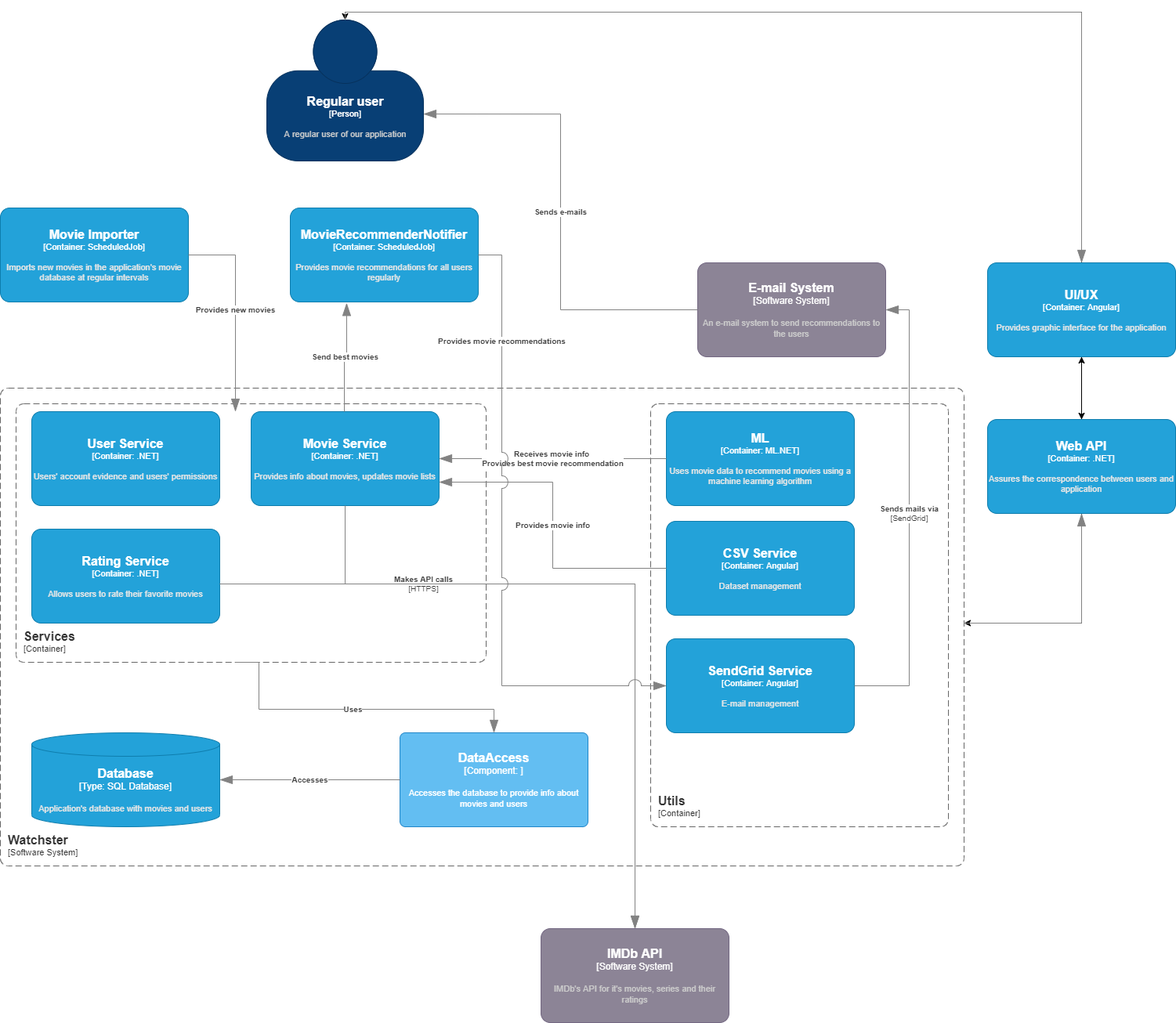
Earlier version of the draw.io export Container Diagram.png (GheoghitaRazvanDaniel/WatchsterAppC4Diagrams). Source tidied: cells renumbered, new cells last; positions are measured from the earlier drawing's top-left corner, leaving out a move shared by most shapes.
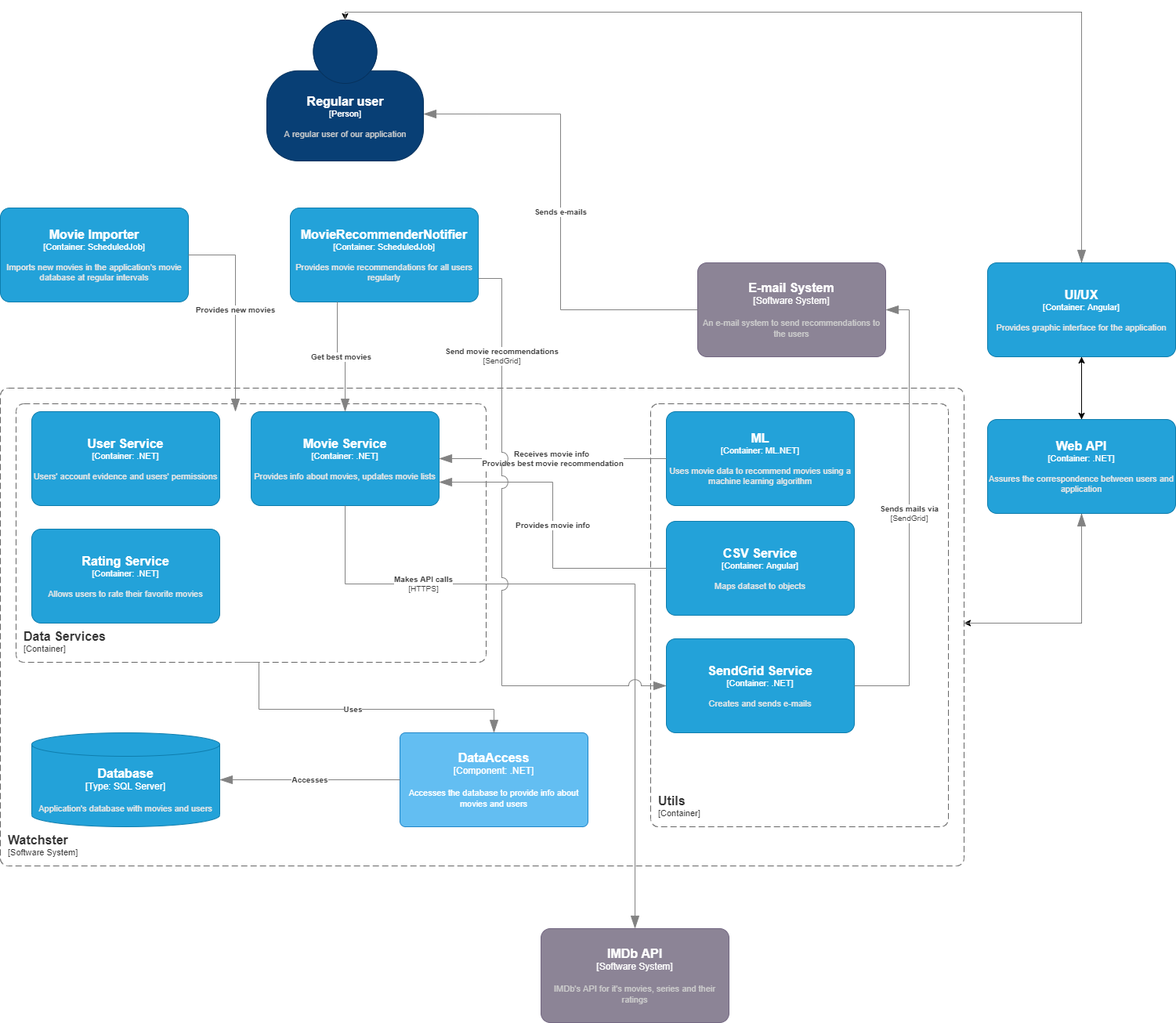
After the commit.

Diff of the diagram source:
```diff
@@ -27,17 +27,17 @@
         <mxGeometry y="480" width="1230" height="610" as="geometry" />
       </mxCell>
     </object>
-    <object id="7" label="&lt;font style=&quot;font-size: 16px&quot;&gt;&lt;b&gt;&lt;div style=&quot;text-align: left&quot;&gt;%c4Name%&lt;/div&gt;&lt;/b&gt;&lt;/font&gt;&lt;div style=&quot;text-align: left&quot;&gt;[%c4Application%]&lt;/div&gt;" c4Application="Container" c4Name="Services&#10;" c4Type="ContainerScopeBoundary" placeholders="1">
+    <object id="7" label="&lt;font style=&quot;font-size: 16px&quot;&gt;&lt;b&gt;&lt;div style=&quot;text-align: left&quot;&gt;%c4Name%&lt;/div&gt;&lt;/b&gt;&lt;/font&gt;&lt;div style=&quot;text-align: left&quot;&gt;[%c4Application%]&lt;/div&gt;" c4Application="Container" c4Name="Data Services&#10;" c4Type="ContainerScopeBoundary" placeholders="1">
       <mxCell style="rounded=1;fontSize=11;whiteSpace=wrap;html=1;dashed=1;arcSize=20;fillColor=none;strokeColor=#666666;fontColor=#333333;labelBackgroundColor=none;align=left;verticalAlign=bottom;labelBorderColor=none;spacingTop=0;spacing=10;dashPattern=8 4;perimeter=rectanglePerimeter;noLabel=0;labelPadding=0;absoluteArcSize=1;metaData={&quot;c4Type&quot;:{&quot;editable&quot;:false}};" parent="1" vertex="1">
         <mxGeometry x="20" y="500" width="600" height="330" as="geometry" />
       </mxCell>
     </object>
-    <object id="8" label="&lt;font style=&quot;font-size: 16px&quot;&gt;&lt;b&gt;%c4Type%&lt;/font&gt;&lt;div&gt;[%c4Container%:&amp;nbsp;%c4Technology%]&lt;/div&gt;&lt;br&gt;&lt;div&gt;&lt;font style=&quot;font-size: 11px&quot;&gt;&lt;font color=&quot;#E6E6E6&quot;&gt;%c4Description%&lt;/font&gt;&lt;/div&gt;" c4Container="Type" c4Description="Application's database with movies and users" c4Technology="SQL Database" c4Type="Database" placeholders="1">
+    <object id="8" label="&lt;font style=&quot;font-size: 16px&quot;&gt;&lt;b&gt;%c4Type%&lt;/font&gt;&lt;div&gt;[%c4Container%:&amp;nbsp;%c4Technology%]&lt;/div&gt;&lt;br&gt;&lt;div&gt;&lt;font style=&quot;font-size: 11px&quot;&gt;&lt;font color=&quot;#E6E6E6&quot;&gt;%c4Description%&lt;/font&gt;&lt;/div&gt;" c4Container="Type" c4Description="Application's database with movies and users" c4Technology="SQL Server" c4Type="Database" placeholders="1">
       <mxCell style="shape=cylinder3;size=15;whiteSpace=wrap;html=1;boundedLbl=1;rounded=0;labelBackgroundColor=none;fillColor=#23A2D9;fontSize=12;fontColor=#ffffff;align=center;strokeColor=#0E7DAD;points=[[0.5,0,0],[1,0.25,0],[1,0.5,0],[1,0.75,0],[0.5,1,0],[0,0.75,0],[0,0.5,0],[0,0.25,0]];metaData={&quot;c4Type&quot;:{&quot;editable&quot;:false}};" parent="1" vertex="1">
         <mxGeometry x="40" y="920" width="240" height="120" as="geometry" />
       </mxCell>
     </object>
-    <object id="9" label="&lt;font style=&quot;font-size: 16px&quot;&gt;&lt;b&gt;%c4Name%&lt;/b&gt;&lt;/font&gt;&lt;div&gt;[%c4Type%: %c4Technology%]&lt;/div&gt;&lt;br&gt;&lt;div&gt;&lt;font style=&quot;font-size: 11px&quot;&gt;%c4Description%&lt;/font&gt;&lt;/div&gt;" c4Description="Accesses the database to provide info about movies and users&#10;" c4Name="DataAccess" c4Technology="" c4Type="Component" placeholders="1">
+    <object id="9" label="&lt;font style=&quot;font-size: 16px&quot;&gt;&lt;b&gt;%c4Name%&lt;/b&gt;&lt;/font&gt;&lt;div&gt;[%c4Type%: %c4Technology%]&lt;/div&gt;&lt;br&gt;&lt;div&gt;&lt;font style=&quot;font-size: 11px&quot;&gt;%c4Description%&lt;/font&gt;&lt;/div&gt;" c4Description="Accesses the database to provide info about movies and users&#10;" c4Name="DataAccess" c4Technology=".NET" c4Type="Component" placeholders="1">
       <mxCell style="rounded=1;whiteSpace=wrap;html=1;labelBackgroundColor=none;fillColor=#63BEF2;fontColor=#ffffff;align=center;arcSize=6;strokeColor=#2086C9;metaData={&quot;c4Type&quot;:{&quot;editable&quot;:false}};points=[[0.25,0,0],[0.5,0,0],[0.75,0,0],[1,0.25,0],[1,0.5,0],[1,0.75,0],[0.75,1,0],[0.5,1,0],[0.25,1,0],[0,0.75,0],[0,0.5,0],[0,0.25,0]];" parent="1" vertex="1">
         <mxGeometry x="510" y="920" width="240" height="120" as="geometry" />
       </mxCell>
@@ -90,17 +90,6 @@
         </mxGeometry>
       </mxCell>
     </object>
-    <object id="16" label="&lt;div style=&quot;text-align: left&quot;&gt;&lt;div style=&quot;text-align: center&quot;&gt;&lt;b&gt;%c4Description%&lt;/b&gt;&lt;/div&gt;" c4Description="" c4Type="Relationship" placeholders="1">
-      <mxCell style="endArrow=blockThin;html=1;fontSize=10;fontColor=#404040;strokeWidth=1;endFill=1;strokeColor=#828282;elbow=vertical;endSize=14;startSize=14;jumpStyle=arc;jumpSize=16;rounded=0;edgeStyle=orthogonalEdgeStyle;entryX=0.5;entryY=0;entryDx=0;entryDy=0;entryPerimeter=0;" parent="1" edge="1" target="5">
-        <mxGeometry relative="1" as="geometry">
-          <mxPoint x="280" y="730" as="sourcePoint" />
-          <Array as="points">
-            <mxPoint x="810" y="730" />
-            <mxPoint x="810" y="1150" />
-          </Array>
-        </mxGeometry>
-      </mxCell>
-    </object>
     <object id="17" label="&lt;font style=&quot;font-size: 16px&quot;&gt;&lt;b&gt;&lt;div style=&quot;text-align: left&quot;&gt;%c4Name%&lt;/div&gt;&lt;/b&gt;&lt;/font&gt;&lt;div style=&quot;text-align: left&quot;&gt;[%c4Application%]&lt;/div&gt;" c4Application="Container" c4Name="Utils" c4Type="ContainerScopeBoundary" placeholders="1">
       <mxCell style="rounded=1;fontSize=11;whiteSpace=wrap;html=1;dashed=1;arcSize=20;fillColor=none;strokeColor=#666666;fontColor=#333333;labelBackgroundColor=none;align=left;verticalAlign=bottom;labelBorderColor=none;spacingTop=0;spacing=10;dashPattern=8 4;perimeter=rectanglePerimeter;noLabel=0;labelPadding=0;absoluteArcSize=1;metaData={&quot;c4Type&quot;:{&quot;editable&quot;:false}};" parent="1" vertex="1">
         <mxGeometry x="830" y="500" width="380" height="540" as="geometry" />
@@ -116,7 +105,7 @@
         <mxGeometry relative="1" as="geometry" />
       </mxCell>
     </object>
-    <object id="20" label="&lt;font style=&quot;font-size: 16px&quot;&gt;&lt;b&gt;%c4Name%&lt;/b&gt;&lt;/font&gt;&lt;div&gt;[%c4Type%: %c4Technology%]&lt;/div&gt;&lt;br&gt;&lt;div&gt;&lt;font style=&quot;font-size: 11px&quot;&gt;&lt;font color=&quot;#E6E6E6&quot;&gt;%c4Description%&lt;/font&gt;&lt;/div&gt;" c4Description="Dataset management" c4Name="CSV Service" c4Technology="Angular" c4Type="Container" placeholders="1">
+    <object id="20" label="&lt;font style=&quot;font-size: 16px&quot;&gt;&lt;b&gt;%c4Name%&lt;/b&gt;&lt;/font&gt;&lt;div&gt;[%c4Type%: %c4Technology%]&lt;/div&gt;&lt;br&gt;&lt;div&gt;&lt;font style=&quot;font-size: 11px&quot;&gt;&lt;font color=&quot;#E6E6E6&quot;&gt;%c4Description%&lt;/font&gt;&lt;/div&gt;" c4Description="Maps dataset to objects" c4Name="CSV Service" c4Technology="Angular" c4Type="Container" placeholders="1">
       <mxCell style="rounded=1;whiteSpace=wrap;html=1;fontSize=11;labelBackgroundColor=none;fillColor=#23A2D9;fontColor=#ffffff;align=center;arcSize=10;strokeColor=#0E7DAD;metaData={&quot;c4Type&quot;:{&quot;editable&quot;:false}};points=[[0.25,0,0],[0.5,0,0],[0.75,0,0],[1,0.25,0],[1,0.5,0],[1,0.75,0],[0.75,1,0],[0.5,1,0],[0.25,1,0],[0,0.75,0],[0,0.5,0],[0,0.25,0]];" parent="1" vertex="1">
         <mxGeometry x="850" y="650" width="240" height="120" as="geometry" />
       </mxCell>
@@ -126,7 +115,7 @@
         <mxGeometry relative="1" as="geometry" />
       </mxCell>
     </object>
-    <object id="22" label="&lt;font style=&quot;font-size: 16px&quot;&gt;&lt;b&gt;%c4Name%&lt;/b&gt;&lt;/font&gt;&lt;div&gt;[%c4Type%: %c4Technology%]&lt;/div&gt;&lt;br&gt;&lt;div&gt;&lt;font style=&quot;font-size: 11px&quot;&gt;&lt;font color=&quot;#E6E6E6&quot;&gt;%c4Description%&lt;/font&gt;&lt;/div&gt;" c4Description="E-mail management" c4Name="SendGrid Service" c4Technology="Angular" c4Type="Container" placeholders="1">
+    <object id="22" label="&lt;font style=&quot;font-size: 16px&quot;&gt;&lt;b&gt;%c4Name%&lt;/b&gt;&lt;/font&gt;&lt;div&gt;[%c4Type%: %c4Technology%]&lt;/div&gt;&lt;br&gt;&lt;div&gt;&lt;font style=&quot;font-size: 11px&quot;&gt;&lt;font color=&quot;#E6E6E6&quot;&gt;%c4Description%&lt;/font&gt;&lt;/div&gt;" c4Description="Creates and sends e-mails" c4Name="SendGrid Service" c4Technology=".NET" c4Type="Container" placeholders="1">
       <mxCell style="rounded=1;whiteSpace=wrap;html=1;fontSize=11;labelBackgroundColor=none;fillColor=#23A2D9;fontColor=#ffffff;align=center;arcSize=10;strokeColor=#0E7DAD;metaData={&quot;c4Type&quot;:{&quot;editable&quot;:false}};points=[[0.25,0,0],[0.5,0,0],[0.75,0,0],[1,0.25,0],[1,0.5,0],[1,0.75,0],[0.75,1,0],[0.5,1,0],[0.25,1,0],[0,0.75,0],[0,0.5,0],[0,0.25,0]];" parent="1" vertex="1">
         <mxGeometry x="850" y="800" width="240" height="120" as="geometry" />
       </mxCell>
@@ -158,28 +147,6 @@
         <mxGeometry x="370" y="250" width="240" height="120" as="geometry" />
       </mxCell>
     </object>
-    <object id="27" label="&lt;div style=&quot;text-align: left&quot;&gt;&lt;div style=&quot;text-align: center&quot;&gt;&lt;b&gt;%c4Description%&lt;/b&gt;&lt;/div&gt;" c4Description="Provides movie recommendations" c4Type="Relationship" placeholders="1">
-      <mxCell style="endArrow=blockThin;html=1;fontSize=10;fontColor=#404040;strokeWidth=1;endFill=1;strokeColor=#828282;elbow=vertical;endSize=14;startSize=14;jumpStyle=arc;jumpSize=16;rounded=0;edgeStyle=orthogonalEdgeStyle;exitX=1;exitY=0.5;exitDx=0;exitDy=0;exitPerimeter=0;entryX=0;entryY=0.5;entryDx=0;entryDy=0;entryPerimeter=0;" parent="1" edge="1" source="26" target="22">
-        <mxGeometry x="-0.65" relative="1" as="geometry">
-          <Array as="points">
-            <mxPoint x="640" y="310" />
-            <mxPoint x="640" y="860" />
-          </Array>
-        </mxGeometry>
-      </mxCell>
-    </object>
-    <object id="28" label="&lt;div style=&quot;text-align: left&quot;&gt;&lt;div style=&quot;text-align: center&quot;&gt;&lt;b&gt;%c4Description%&lt;/b&gt;&lt;/div&gt;" c4Description="Send best movies" c4Type="Relationship" placeholders="1">
-      <mxCell style="endArrow=blockThin;html=1;fontSize=10;fontColor=#404040;strokeWidth=1;endFill=1;strokeColor=#828282;elbow=vertical;endSize=14;startSize=14;jumpStyle=arc;jumpSize=16;rounded=0;edgeStyle=orthogonalEdgeStyle;exitX=0.5;exitY=0;exitDx=0;exitDy=0;exitPerimeter=0;entryX=0.304;entryY=1.011;entryDx=0;entryDy=0;entryPerimeter=0;" parent="1" edge="1">
-        <mxGeometry relative="1" as="geometry">
-          <mxPoint x="439" y="510" as="sourcePoint" />
-          <mxPoint x="442" y="371.3" as="targetPoint" />
-          <Array as="points">
-            <mxPoint x="439" y="440" />
-            <mxPoint x="442" y="440" />
-          </Array>
-        </mxGeometry>
-      </mxCell>
-    </object>
     <mxCell id="29" style="edgeStyle=orthogonalEdgeStyle;rounded=0;jettySize=auto;html=1;exitX=0.5;exitY=1;exitDx=0;exitDy=0;exitPerimeter=0;entryX=0.5;entryY=0;entryDx=0;entryDy=0;entryPerimeter=0;" parent="1" edge="1" source="31" target="35">
       <mxGeometry relative="1" as="geometry" />
     </mxCell>
@@ -224,5 +191,21 @@
         </mxGeometry>
       </mxCell>
     </object>
+    <object id="37" label="&lt;div style=&quot;text-align: left&quot;&gt;&lt;div style=&quot;text-align: center&quot;&gt;&lt;b&gt;%c4Description%&lt;/b&gt;&lt;/div&gt;" c4Description="Get best movies" c4Type="Relationship" placeholders="1">
+      <mxCell style="endArrow=blockThin;html=1;fontSize=10;fontColor=#404040;strokeWidth=1;endFill=1;strokeColor=#828282;elbow=vertical;endSize=14;startSize=14;jumpStyle=arc;jumpSize=16;rounded=0;edgeStyle=orthogonalEdgeStyle;exitX=0.25;exitY=1;exitDx=0;exitDy=0;exitPerimeter=0;entryX=0.5;entryY=0;entryDx=0;entryDy=0;entryPerimeter=0;" parent="1" edge="1" source="26" target="12">
+        <mxGeometry relative="1" as="geometry" />
+      </mxCell>
+    </object>
+    <object id="27" label="&lt;div style=&quot;text-align: left&quot;&gt;&lt;div style=&quot;text-align: center&quot;&gt;&lt;b&gt;%c4Description%&lt;/b&gt;&lt;/div&gt;&lt;div style=&quot;text-align: center&quot;&gt;[%c4Technology%]&lt;/div&gt;&lt;/div&gt;" c4Description="Send movie recommendations " c4Technology="SendGrid" c4Type="Relationship" placeholders="1">
+      <mxCell style="endArrow=blockThin;html=1;fontSize=10;fontColor=#404040;strokeWidth=1;endFill=1;strokeColor=#828282;elbow=vertical;endSize=14;startSize=14;jumpStyle=arc;jumpSize=16;rounded=0;edgeStyle=orthogonalEdgeStyle;exitX=1;exitY=0.75;exitDx=0;exitDy=0;exitPerimeter=0;entryX=0;entryY=0.5;entryDx=0;entryDy=0;entryPerimeter=0;" parent="1" edge="1" source="26" target="22">
+        <mxGeometry x="-0.66" relative="1" as="geometry">
+          <Array as="points">
+            <mxPoint x="640" y="340" />
+            <mxPoint x="640" y="860" />
+          </Array>
+          <mxPoint y="-1" as="offset" />
+        </mxGeometry>
+      </mxCell>
+    </object>
   </root>
 </mxGraphModel>
```
